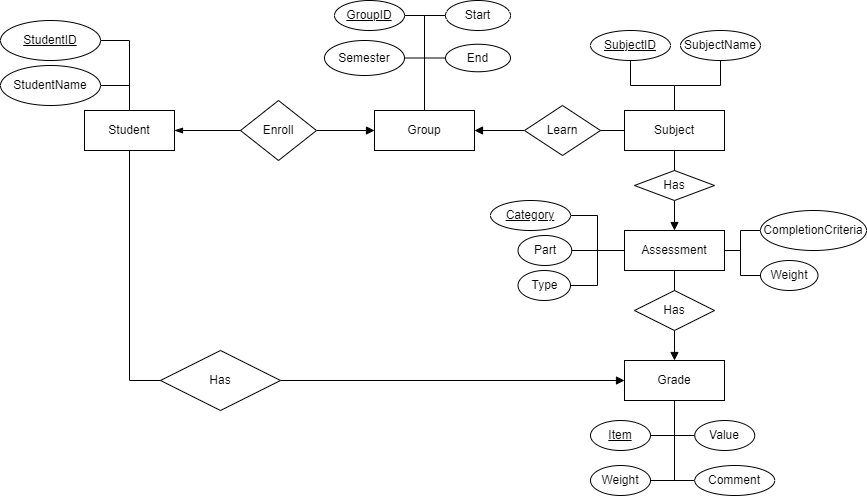
Before: ERD.png, a diagram exported from draw.io (HieuNH235/DBI202-MyAssignment). Source tidied: cells renumbered, new cells last; positions are measured from the earlier drawing's top-left corner, leaving out a move shared by most shapes.
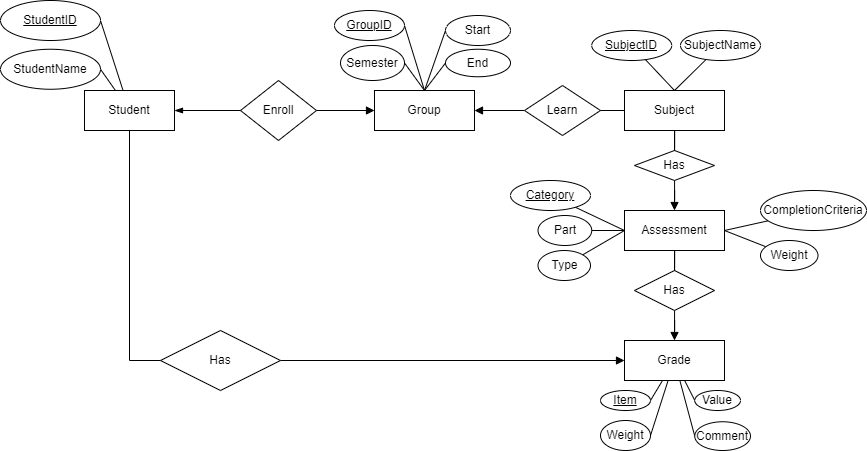
The same file after the commit.

The edit, as a diff of the source:
```diff
@@ -8,10 +8,10 @@
     <mxCell id="3" style="edgeStyle=orthogonalEdgeStyle;rounded=0;jettySize=auto;html=1;exitX=1;exitY=0.5;exitDx=0;exitDy=0;entryX=0;entryY=0.5;entryDx=0;entryDy=0;endArrow=block;endFill=1;startArrow=none;" parent="1" edge="1" source="34" target="15">
       <mxGeometry relative="1" as="geometry" />
     </mxCell>
-    <mxCell id="4" style="edgeStyle=orthogonalEdgeStyle;rounded=0;jettySize=auto;html=1;entryX=1;entryY=0.5;entryDx=0;entryDy=0;endArrow=none;endFill=0;" parent="1" edge="1" source="6" target="26">
+    <mxCell id="4" style="rounded=0;jettySize=auto;html=1;entryX=1;entryY=0.5;entryDx=0;entryDy=0;endArrow=none;endFill=0;" parent="1" edge="1" source="6" target="26">
       <mxGeometry relative="1" as="geometry" />
     </mxCell>
-    <mxCell id="5" style="edgeStyle=orthogonalEdgeStyle;rounded=0;jettySize=auto;html=1;entryX=1;entryY=0.5;entryDx=0;entryDy=0;endArrow=none;endFill=0;" parent="1" edge="1" source="6" target="27">
+    <mxCell id="5" style="rounded=0;jettySize=auto;html=1;entryX=1;entryY=0.5;entryDx=0;entryDy=0;endArrow=none;endFill=0;" parent="1" edge="1" source="6" target="27">
       <mxGeometry relative="1" as="geometry" />
     </mxCell>
     <mxCell id="6" value="Student" style="whiteSpace=wrap;html=1;align=center;" parent="1" vertex="1">
@@ -29,18 +29,18 @@
     <mxCell id="10" value="Subject" style="whiteSpace=wrap;html=1;align=center;" parent="1" vertex="1">
       <mxGeometry x="624" y="110" width="100" height="40" as="geometry" />
     </mxCell>
+    <mxCell id="13" style="rounded=0;jettySize=auto;html=1;entryX=1;entryY=0.5;entryDx=0;entryDy=0;endArrow=none;endFill=0;" parent="1" edge="1" source="15" target="52">
+      <mxGeometry relative="1" as="geometry" />
+    </mxCell>
+    <mxCell id="14" style="rounded=0;jettySize=auto;html=1;entryX=0.043;entryY=0.69;entryDx=0;entryDy=0;entryPerimeter=0;endArrow=none;endFill=0;" parent="1" edge="1" source="15" target="54">
+      <mxGeometry relative="1" as="geometry" />
+    </mxCell>
-    <mxCell id="11" style="edgeStyle=orthogonalEdgeStyle;rounded=0;jettySize=auto;html=1;entryX=1;entryY=0.5;entryDx=0;entryDy=0;endArrow=none;endFill=0;" parent="1" edge="1" source="15" target="53">
+    <mxCell id="11" style="rounded=0;jettySize=auto;html=1;entryX=1;entryY=0.5;entryDx=0;entryDy=0;endArrow=none;endFill=0;" parent="1" edge="1" source="15" target="53">
       <mxGeometry relative="1" as="geometry" />
     </mxCell>
-    <mxCell id="12" style="edgeStyle=orthogonalEdgeStyle;rounded=0;jettySize=auto;html=1;entryX=0;entryY=0.5;entryDx=0;entryDy=0;endArrow=none;endFill=0;" parent="1" edge="1" source="15" target="55">
+    <mxCell id="12" style="rounded=0;jettySize=auto;html=1;entryX=0;entryY=0.5;entryDx=0;entryDy=0;endArrow=none;endFill=0;" parent="1" edge="1" source="15" target="55">
       <mxGeometry relative="1" as="geometry" />
     </mxCell>
-    <mxCell id="13" style="edgeStyle=orthogonalEdgeStyle;rounded=0;jettySize=auto;html=1;entryX=1;entryY=0.5;entryDx=0;entryDy=0;endArrow=none;endFill=0;" parent="1" edge="1" source="15" target="52">
-      <mxGeometry relative="1" as="geometry" />
-    </mxCell>
-    <mxCell id="14" style="edgeStyle=orthogonalEdgeStyle;rounded=0;jettySize=auto;html=1;entryX=0;entryY=0.5;entryDx=0;entryDy=0;endArrow=none;endFill=0;" parent="1" edge="1" source="15" target="54">
-      <mxGeometry relative="1" as="geometry" />
-    </mxCell>
     <mxCell id="15" value="Grade" style="whiteSpace=wrap;html=1;align=center;" parent="1" vertex="1">
       <mxGeometry x="624" y="360" width="100" height="40" as="geometry" />
     </mxCell>
@@ -78,25 +78,25 @@
       <mxGeometry y="20" width="100" height="40" as="geometry" />
     </mxCell>
     <mxCell id="27" value="StudentName" style="ellipse;whiteSpace=wrap;html=1;align=center;" parent="1" vertex="1">
-      <mxGeometry y="65" width="100" height="40" as="geometry" />
+      <mxGeometry y="68.8" width="100" height="40" as="geometry" />
     </mxCell>
-    <mxCell id="28" style="edgeStyle=orthogonalEdgeStyle;rounded=0;jettySize=auto;html=1;entryX=0.5;entryY=0;entryDx=0;entryDy=0;endArrow=none;endFill=0;exitX=1;exitY=0.5;exitDx=0;exitDy=0;" parent="1" edge="1" source="29" target="7">
+    <mxCell id="28" style="rounded=0;jettySize=auto;html=1;entryX=0.5;entryY=0;entryDx=0;entryDy=0;endArrow=none;endFill=0;exitX=1;exitY=0.5;exitDx=0;exitDy=0;" parent="1" edge="1" source="29" target="7">
       <mxGeometry relative="1" as="geometry" />
     </mxCell>
     <mxCell id="29" value="GroupID" style="ellipse;whiteSpace=wrap;html=1;align=center;fontStyle=4;" parent="1" vertex="1">
-      <mxGeometry x="334" width="70" height="30" as="geometry" />
+      <mxGeometry x="334" y="30" width="70" height="30" as="geometry" />
     </mxCell>
-    <mxCell id="30" style="edgeStyle=orthogonalEdgeStyle;rounded=0;jettySize=auto;html=1;entryX=0.5;entryY=0;entryDx=0;entryDy=0;endArrow=none;endFill=0;exitX=0;exitY=0.5;exitDx=0;exitDy=0;" parent="1" edge="1" source="31" target="7">
+    <mxCell id="30" style="rounded=0;jettySize=auto;html=1;entryX=0.5;entryY=0;entryDx=0;entryDy=0;endArrow=none;endFill=0;exitX=0;exitY=0.5;exitDx=0;exitDy=0;" parent="1" edge="1" source="31" target="7">
       <mxGeometry relative="1" as="geometry" />
     </mxCell>
     <mxCell id="31" value="Start" style="ellipse;whiteSpace=wrap;html=1;align=center;" parent="1" vertex="1">
-      <mxGeometry x="445" width="65" height="30" as="geometry" />
+      <mxGeometry x="445" y="35" width="65" height="30" as="geometry" />
     </mxCell>
-    <mxCell id="32" style="edgeStyle=orthogonalEdgeStyle;rounded=0;jettySize=auto;html=1;entryX=0.5;entryY=0;entryDx=0;entryDy=0;endArrow=none;endFill=0;exitX=0;exitY=0.5;exitDx=0;exitDy=0;" parent="1" edge="1" source="33" target="7">
+    <mxCell id="32" style="rounded=0;jettySize=auto;html=1;entryX=0.5;entryY=0;entryDx=0;entryDy=0;endArrow=none;endFill=0;exitX=0;exitY=0.5;exitDx=0;exitDy=0;" parent="1" edge="1" source="33" target="7">
       <mxGeometry relative="1" as="geometry" />
     </mxCell>
     <mxCell id="33" value="End" style="ellipse;whiteSpace=wrap;html=1;align=center;" parent="1" vertex="1">
-      <mxGeometry x="445" y="43.8" width="65" height="27.5" as="geometry" />
+      <mxGeometry x="445" y="68.8" width="65" height="27.5" as="geometry" />
     </mxCell>
     <mxCell id="34" value="Has" style="shape=rhombus;perimeter=rhombusPerimeter;whiteSpace=wrap;html=1;align=center;" parent="1" vertex="1">
       <mxGeometry x="160" y="350" width="120" height="60" as="geometry" />
@@ -104,67 +104,65 @@
     <mxCell id="35" style="edgeStyle=orthogonalEdgeStyle;rounded=0;jettySize=auto;html=1;exitX=0.5;exitY=1;exitDx=0;exitDy=0;entryX=0;entryY=0.5;entryDx=0;entryDy=0;endArrow=none;endFill=0;" parent="1" edge="1" source="6" target="34">
       <mxGeometry relative="1" as="geometry" />
     </mxCell>
-    <mxCell id="36" style="edgeStyle=orthogonalEdgeStyle;rounded=0;jettySize=auto;html=1;entryX=0.5;entryY=0;entryDx=0;entryDy=0;endArrow=none;endFill=0;exitX=1;exitY=0.5;exitDx=0;exitDy=0;" parent="1" edge="1" source="37" target="7">
+    <mxCell id="36" style="rounded=0;jettySize=auto;html=1;entryX=0.5;entryY=0;entryDx=0;entryDy=0;endArrow=none;endFill=0;exitX=1;exitY=0.5;exitDx=0;exitDy=0;" parent="1" edge="1" source="37" target="7">
       <mxGeometry relative="1" as="geometry" />
     </mxCell>
     <mxCell id="37" value="Semester" style="ellipse;whiteSpace=wrap;html=1;align=center;" parent="1" vertex="1">
-      <mxGeometry x="324" y="40" width="80" height="35" as="geometry" />
+      <mxGeometry x="340" y="65" width="64" height="35" as="geometry" />
     </mxCell>
-    <mxCell id="38" style="edgeStyle=orthogonalEdgeStyle;rounded=0;jettySize=auto;html=1;entryX=0.5;entryY=0;entryDx=0;entryDy=0;endArrow=none;endFill=0;" parent="1" edge="1" source="39" target="10">
+    <mxCell id="38" style="rounded=0;jettySize=auto;html=1;entryX=0.5;entryY=0;entryDx=0;entryDy=0;endArrow=none;endFill=0;" parent="1" edge="1" source="39" target="10">
       <mxGeometry relative="1" as="geometry" />
     </mxCell>
     <mxCell id="39" value="SubjectName" style="ellipse;whiteSpace=wrap;html=1;align=center;" parent="1" vertex="1">
-      <mxGeometry x="680" y="30" width="80" height="30" as="geometry" />
+      <mxGeometry x="680" y="50" width="80" height="30" as="geometry" />
     </mxCell>
-    <mxCell id="40" style="edgeStyle=orthogonalEdgeStyle;rounded=0;jettySize=auto;html=1;entryX=0.5;entryY=0;entryDx=0;entryDy=0;endArrow=none;endFill=0;" parent="1" edge="1" source="41" target="10">
+    <mxCell id="40" style="rounded=0;jettySize=auto;html=1;entryX=0.5;entryY=0;entryDx=0;entryDy=0;endArrow=none;endFill=0;" parent="1" edge="1" source="41" target="10">
       <mxGeometry relative="1" as="geometry" />
     </mxCell>
     <mxCell id="41" value="SubjectID" style="ellipse;whiteSpace=wrap;html=1;align=center;fontStyle=4;" parent="1" vertex="1">
-      <mxGeometry x="590" y="30" width="80" height="30" as="geometry" />
+      <mxGeometry x="591.2" y="50" width="80" height="30" as="geometry" />
     </mxCell>
-    <mxCell id="42" style="edgeStyle=orthogonalEdgeStyle;rounded=0;jettySize=auto;html=1;entryX=0;entryY=0.5;entryDx=0;entryDy=0;endArrow=none;endFill=0;" parent="1" edge="1" source="43" target="17">
+    <mxCell id="42" style="rounded=0;jettySize=auto;html=1;entryX=0;entryY=0.5;entryDx=0;entryDy=0;endArrow=none;endFill=0;" parent="1" edge="1" source="43" target="17">
       <mxGeometry relative="1" as="geometry" />
     </mxCell>
     <mxCell id="43" value="Category" style="ellipse;whiteSpace=wrap;html=1;align=center;fontStyle=4;" parent="1" vertex="1">
-      <mxGeometry x="490" y="200" width="80" height="30" as="geometry" />
+      <mxGeometry x="510" y="200" width="80" height="30" as="geometry" />
     </mxCell>
-    <mxCell id="44" style="edgeStyle=orthogonalEdgeStyle;rounded=0;jettySize=auto;html=1;entryX=0;entryY=0.5;entryDx=0;entryDy=0;endArrow=none;endFill=0;" parent="1" edge="1" source="45" target="17">
+    <mxCell id="44" style="rounded=0;jettySize=auto;html=1;entryX=0;entryY=0.5;entryDx=0;entryDy=0;endArrow=none;endFill=0;" parent="1" edge="1" source="45" target="17">
       <mxGeometry relative="1" as="geometry" />
     </mxCell>
     <mxCell id="45" value="Type" style="ellipse;whiteSpace=wrap;html=1;align=center;" parent="1" vertex="1">
-      <mxGeometry x="517.5" y="270" width="52.5" height="30" as="geometry" />
+      <mxGeometry x="537.5" y="270" width="52.5" height="30" as="geometry" />
     </mxCell>
-    <mxCell id="46" style="edgeStyle=orthogonalEdgeStyle;rounded=0;jettySize=auto;html=1;endArrow=none;endFill=0;" parent="1" edge="1" source="47">
-      <mxGeometry relative="1" as="geometry">
-        <mxPoint x="620" y="250" as="targetPoint" />
-      </mxGeometry>
+    <mxCell id="46" style="rounded=0;jettySize=auto;html=1;endArrow=none;endFill=0;entryX=0;entryY=0.5;entryDx=0;entryDy=0;" parent="1" edge="1" source="47" target="17">
+      <mxGeometry relative="1" as="geometry" />
     </mxCell>
     <mxCell id="47" value="Part" style="ellipse;whiteSpace=wrap;html=1;align=center;" parent="1" vertex="1">
-      <mxGeometry x="517.5" y="235" width="53.8" height="30" as="geometry" />
+      <mxGeometry x="537.5" y="235" width="53.8" height="30" as="geometry" />
     </mxCell>
-    <mxCell id="48" style="edgeStyle=orthogonalEdgeStyle;rounded=0;jettySize=auto;html=1;entryX=1;entryY=0.5;entryDx=0;entryDy=0;endArrow=none;endFill=0;" parent="1" edge="1" source="49" target="17">
+    <mxCell id="48" style="rounded=0;jettySize=auto;html=1;entryX=1;entryY=0.5;entryDx=0;entryDy=0;endArrow=none;endFill=0;" parent="1" edge="1" source="49" target="17">
       <mxGeometry relative="1" as="geometry" />
     </mxCell>
     <mxCell id="49" value="Weight" style="ellipse;whiteSpace=wrap;html=1;align=center;" parent="1" vertex="1">
       <mxGeometry x="760" y="260" width="57.5" height="30" as="geometry" />
     </mxCell>
-    <mxCell id="50" style="edgeStyle=orthogonalEdgeStyle;rounded=0;jettySize=auto;html=1;entryX=1;entryY=0.5;entryDx=0;entryDy=0;endArrow=none;endFill=0;" parent="1" edge="1" source="51" target="17">
+    <mxCell id="50" style="rounded=0;jettySize=auto;html=1;entryX=1;entryY=0.5;entryDx=0;entryDy=0;endArrow=none;endFill=0;" parent="1" edge="1" source="51" target="17">
       <mxGeometry relative="1" as="geometry" />
     </mxCell>
     <mxCell id="51" value="CompletionCriteria" style="ellipse;whiteSpace=wrap;html=1;align=center;" parent="1" vertex="1">
       <mxGeometry x="760" y="210" width="106" height="40" as="geometry" />
     </mxCell>
     <mxCell id="52" value="Item" style="ellipse;whiteSpace=wrap;html=1;align=center;fontStyle=4;" parent="1" vertex="1">
-      <mxGeometry x="590" y="420" width="60" height="30" as="geometry" />
+      <mxGeometry x="600" y="410" width="50" height="20" as="geometry" />
     </mxCell>
     <mxCell id="53" value="Weight" style="ellipse;whiteSpace=wrap;html=1;align=center;" parent="1" vertex="1">
-      <mxGeometry x="590" y="465" width="60" height="30" as="geometry" />
+      <mxGeometry x="600" y="440" width="50" height="30" as="geometry" />
     </mxCell>
     <mxCell id="54" value="Value" style="ellipse;whiteSpace=wrap;html=1;align=center;" parent="1" vertex="1">
-      <mxGeometry x="694.2" y="420" width="60" height="30" as="geometry" />
+      <mxGeometry x="694.2" y="410" width="45.8" height="20" as="geometry" />
     </mxCell>
     <mxCell id="55" value="Comment" style="ellipse;whiteSpace=wrap;html=1;align=center;" parent="1" vertex="1">
-      <mxGeometry x="694.2" y="465" width="80" height="30" as="geometry" />
+      <mxGeometry x="694.2" y="441.2" width="55.8" height="28.8" as="geometry" />
     </mxCell>
   </root>
 </mxGraphModel>
```
